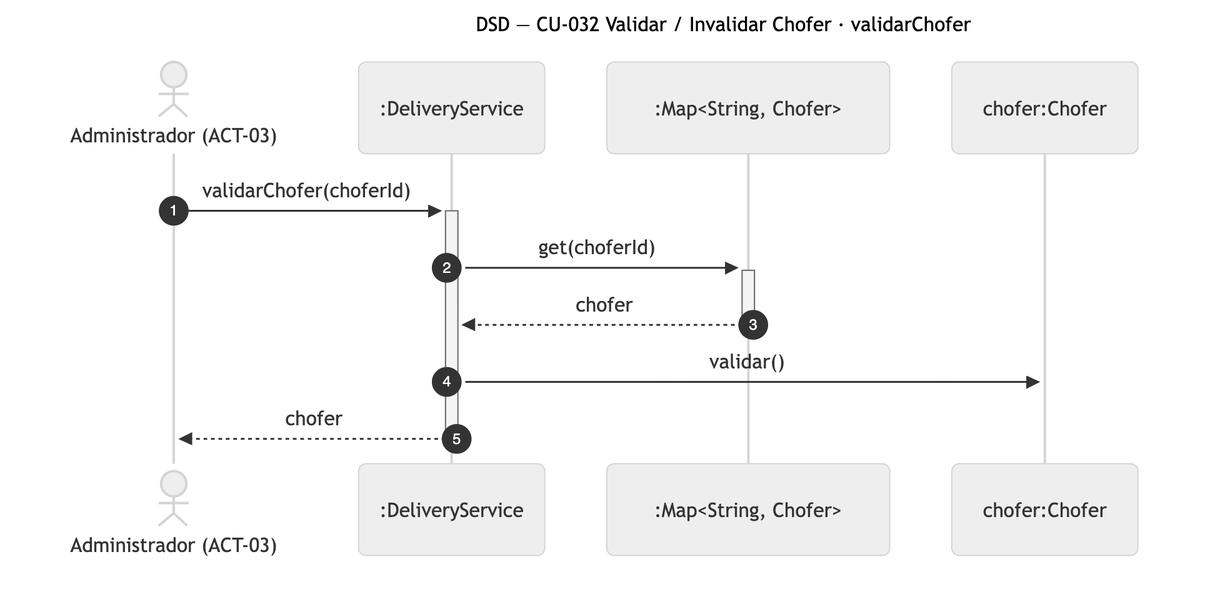
Nahuelito-Dev/splg-docs keeps this Mermaid diagram as diagramas/png/DSD_CU-032_validarChofer.png. Above is the earlier version. Its source is kept beside it as diagramas/DSD_CU-032_validarChofer.mmd. The source it was exported from:
```mermaid
sequenceDiagram
    title DSD — CU-032 Validar / Invalidar Chofer · validarChofer
    autonumber
    actor ADM as Administrador (ACT-03)
    participant SRV as :DeliveryService
    participant COL as :Map#lt;String, Chofer#gt;
    participant CHO as chofer:Chofer

    ADM->>+SRV: validarChofer(choferId)
    SRV->>+COL: get(choferId)
    COL-->>-SRV: chofer
    SRV->>CHO: validar()
    SRV-->>-ADM: chofer
```
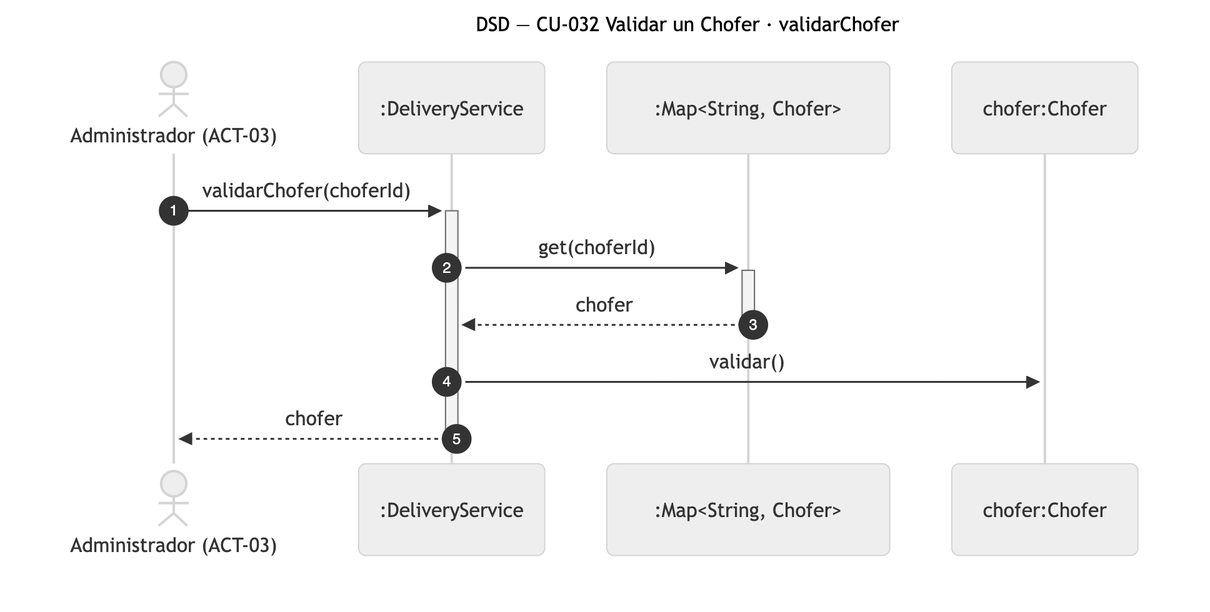
The same diagram one commit later.

What changed in the source:
```diff
@@ -1,5 +1,5 @@
 sequenceDiagram
-    title DSD — CU-032 Validar / Invalidar Chofer · validarChofer
+    title DSD — CU-032 Validar un Chofer · validarChofer
     autonumber
     actor ADM as Administrador (ACT-03)
     participant SRV as :DeliveryService
```
